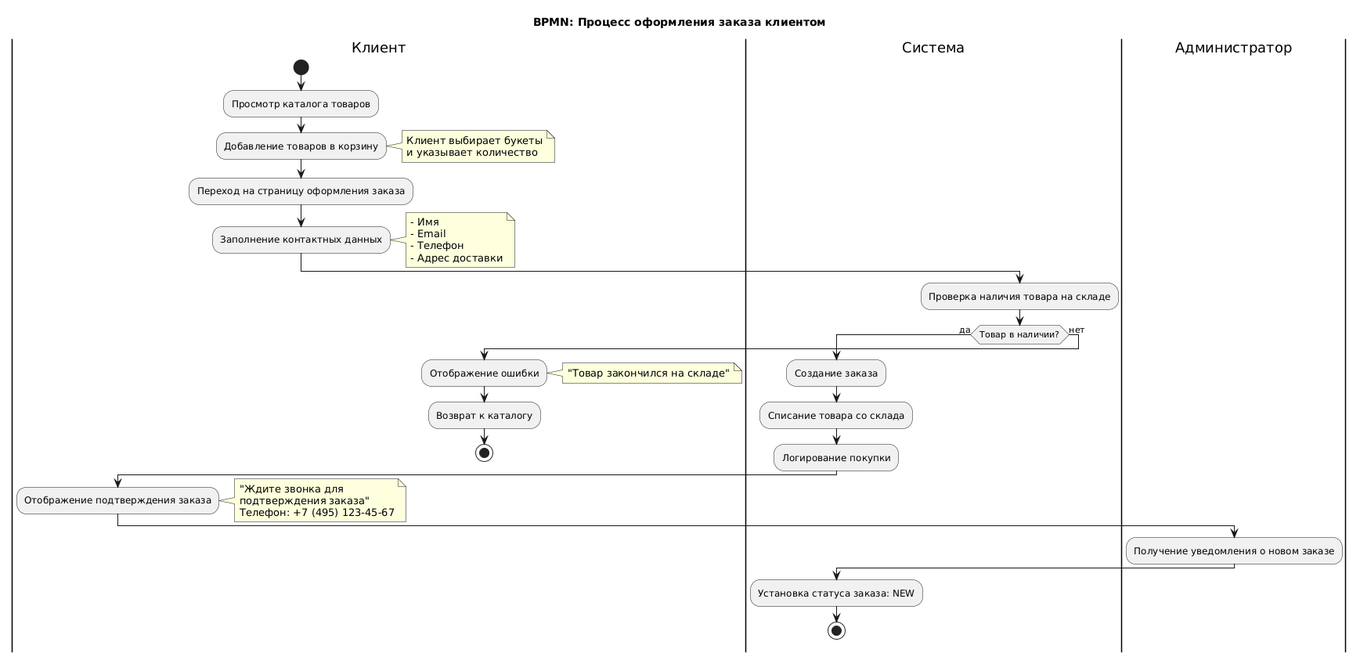
Before: website/schemas/bpmn-order-process.png, a diagram exported from PlantUML (makrelbka/system_engineering). Its source is kept beside it as website/schemas/bpmn-order-process.puml.
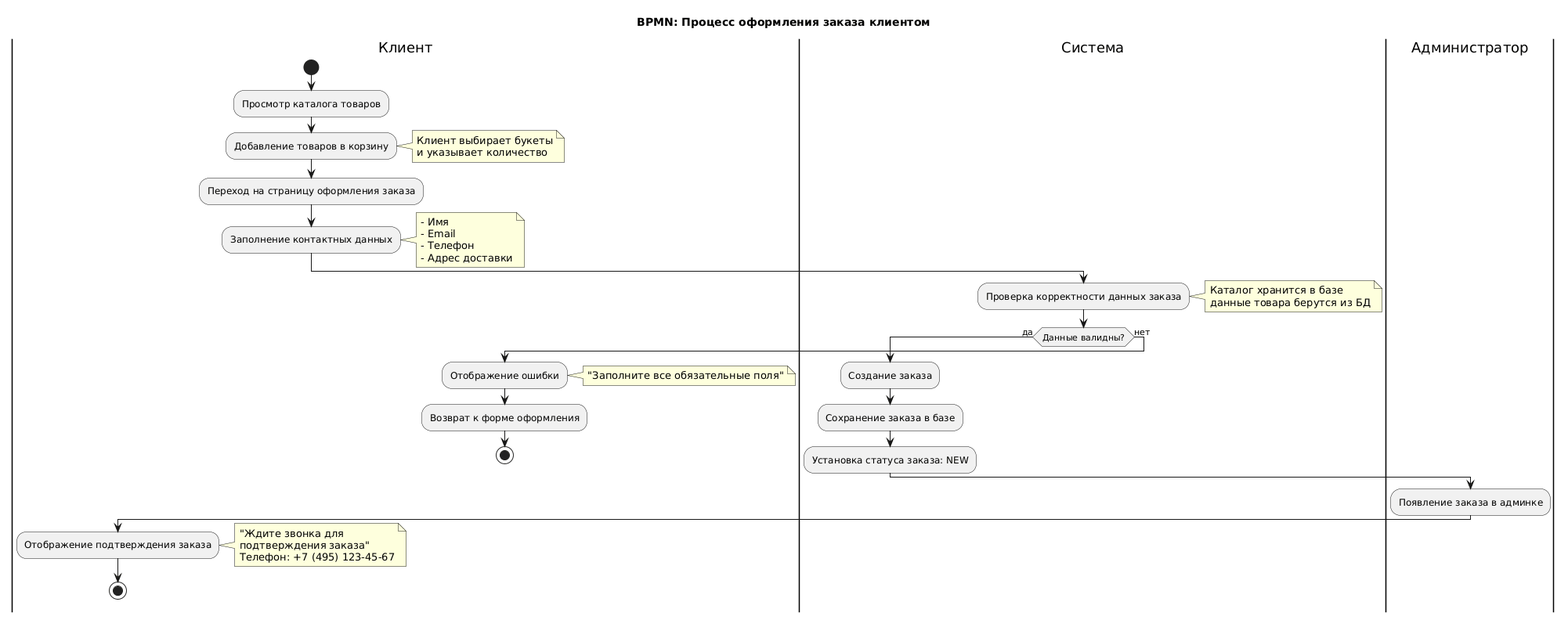
Above is the later version.

The edit, as a diff of the source:
```diff
@@ -22,12 +22,19 @@
 end note
 
 |Система|
-:Проверка наличия товара на складе;
+:Проверка корректности данных заказа;
+note right
+  Каталог хранится в базе
+  данные товара берутся из БД
+end note
 
-if (Товар в наличии?) then (да)
+if (Данные валидны?) then (да)
   :Создание заказа;
-  :Списание товара со склада;
-  :Логирование покупки;
+  :Сохранение заказа в базе;
+  :Установка статуса заказа: NEW;
+
+  |Администратор|
+  :Появление заказа в админке;
 
   |Клиент|
   :Отображение подтверждения заказа;
@@ -37,19 +44,12 @@
     Телефон: +7 (495) 123-45-67
   end note
 
-  |Администратор|
-  :Получение уведомления о новом заказе;
-
-  |Система|
-  :Установка статуса заказа: NEW;
-
   stop
 else (нет)
   |Клиент|
   :Отображение ошибки;
-  note right: "Товар закончился на складе"
-
-  :Возврат к каталогу;
+  note right: "Заполните все обязательные поля"
+  :Возврат к форме оформления;
   stop
 endif
 @enduml
```
